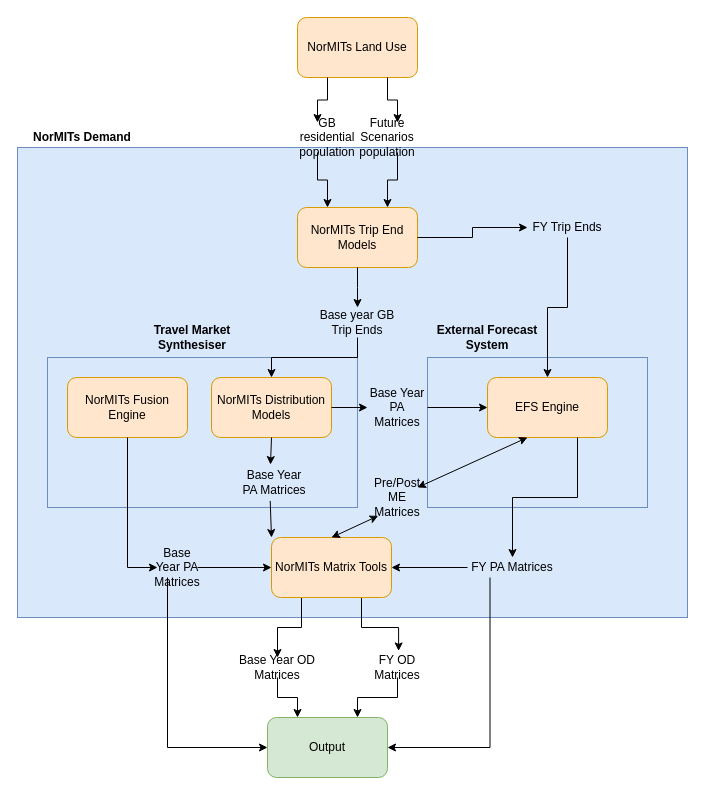
Earlier version of the draw.io diagram op_models/demand_op_model.drawio (Transport-for-the-North/NorMITs-Demand). Source tidied: cells renumbered, new cells numbered last; positions are measured from the earlier drawing's top-left corner, leaving out a move shared by most shapes. Both pictures are drawn from the tidied source at 100%, with x=0, y=0 at pixel (17, 17).
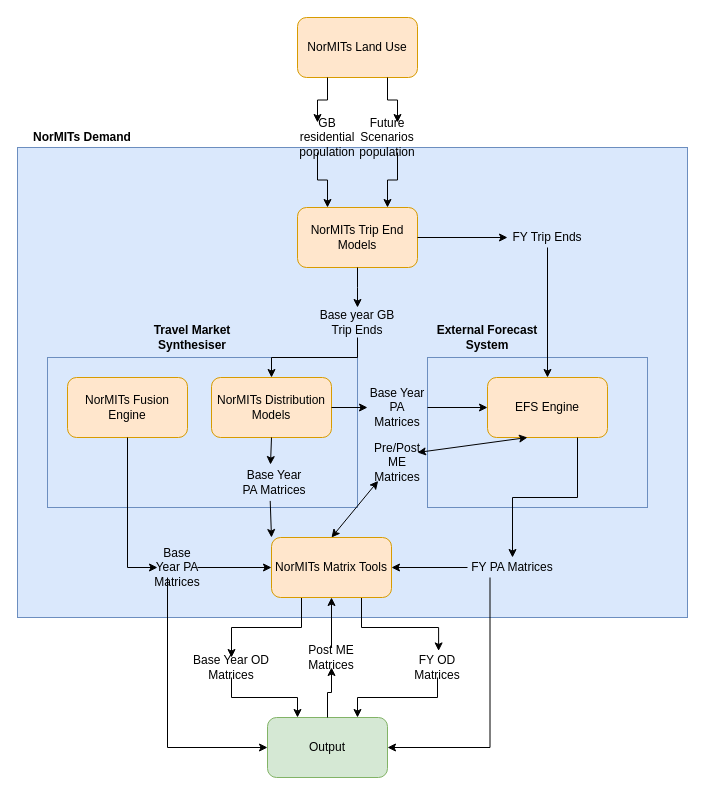
After the change.

Unchanged cells that the change refers to:
```xml
<mxCell id="17" value="NorMITs Matrix Tools" style="rounded=1;whiteSpace=wrap;html=1;fillColor=#ffe6cc;strokeColor=#d79b00;" parent="1" vertex="1">
  <mxGeometry x="254" y="520" width="120" height="60" as="geometry" />
</mxCell>
<mxCell id="35" value="Output" style="rounded=1;whiteSpace=wrap;html=1;fillColor=#d5e8d4;strokeColor=#82b366;" parent="1" vertex="1">
  <mxGeometry x="250" y="700" width="120" height="60" as="geometry" />
</mxCell>
```

What changed in the source:
```diff
@@
     <mxCell id="32" value="Pre/Post ME Matrices" style="text;html=1;strokeColor=none;fillColor=none;align=center;verticalAlign=middle;whiteSpace=wrap;rounded=0;" parent="1" vertex="1">
-      <mxGeometry x="360" y="470" width="40" height="20" as="geometry" />
+      <mxGeometry x="360" y="435" width="40" height="20" as="geometry" />
     </mxCell>
@@
+    <mxCell id="51" style="edgeStyle=orthogonalEdgeStyle;rounded=0;jettySize=auto;html=1;exitX=0.5;exitY=0;exitDx=0;exitDy=0;entryX=0.5;entryY=1;entryDx=0;entryDy=0;" parent="1" edge="1" source="52" target="17">
+      <mxGeometry relative="1" as="geometry" />
+    </mxCell>
@@
     <mxCell id="40" value="FY OD Matrices" style="text;html=1;strokeColor=none;fillColor=none;align=center;verticalAlign=middle;whiteSpace=wrap;rounded=0;" parent="1" vertex="1">
-      <mxGeometry x="340" y="640" width="80" height="20" as="geometry" />
+      <mxGeometry x="380" y="640" width="80" height="20" as="geometry" />
     </mxCell>
@@
     <mxCell id="42" value="Base Year OD Matrices" style="text;html=1;strokeColor=none;fillColor=none;align=center;verticalAlign=middle;whiteSpace=wrap;rounded=0;" parent="1" vertex="1">
-      <mxGeometry x="220" y="640" width="80" height="20" as="geometry" />
+      <mxGeometry x="174" y="640" width="80" height="20" as="geometry" />
     </mxCell>
@@
     <mxCell id="49" value="FY Trip Ends" style="text;html=1;strokeColor=none;fillColor=none;align=center;verticalAlign=middle;whiteSpace=wrap;rounded=0;" parent="1" vertex="1">
-      <mxGeometry x="510" y="200" width="80" height="20" as="geometry" />
+      <mxGeometry x="490" y="210" width="80" height="20" as="geometry" />
     </mxCell>
@@
+    <mxCell id="52" value="Post ME Matrices" style="text;html=1;strokeColor=none;fillColor=none;align=center;verticalAlign=middle;whiteSpace=wrap;rounded=0;" parent="1" vertex="1">
+      <mxGeometry x="294" y="630" width="40" height="20" as="geometry" />
+    </mxCell>
+    <mxCell id="53" style="edgeStyle=orthogonalEdgeStyle;rounded=0;jettySize=auto;html=1;exitX=0.5;exitY=0;exitDx=0;exitDy=0;entryX=0.5;entryY=1;entryDx=0;entryDy=0;" parent="1" edge="1" source="35" target="52">
+      <mxGeometry relative="1" as="geometry" />
+    </mxCell>
```
